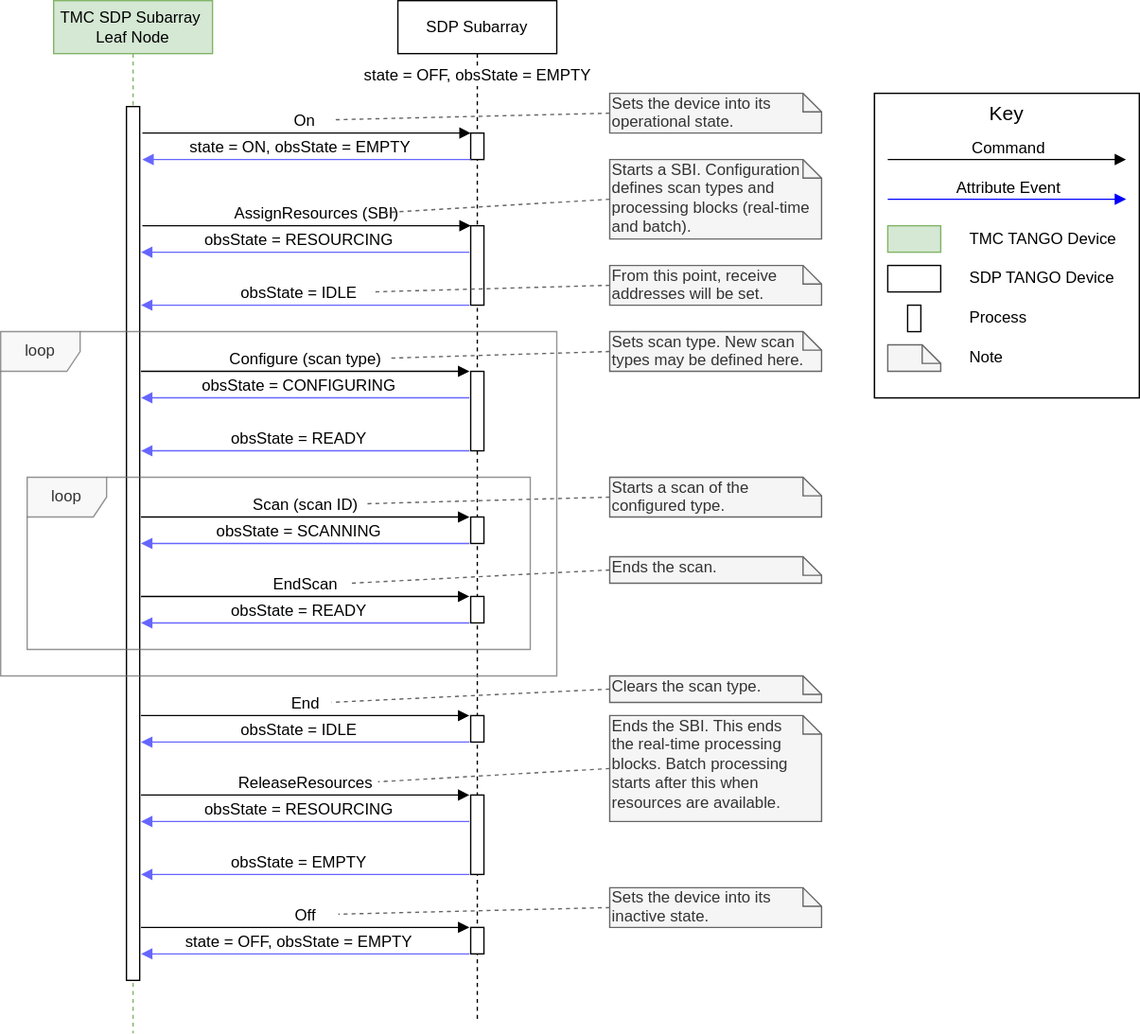
Earlier version of the draw.io export docs/src/images/sdp_subarray_interaction_tango.svg (ska-telescope/sdp-lmc). Source tidied: cells renumbered, new cells last; positions are measured from the earlier drawing's top-left corner, leaving out a move shared by most shapes.
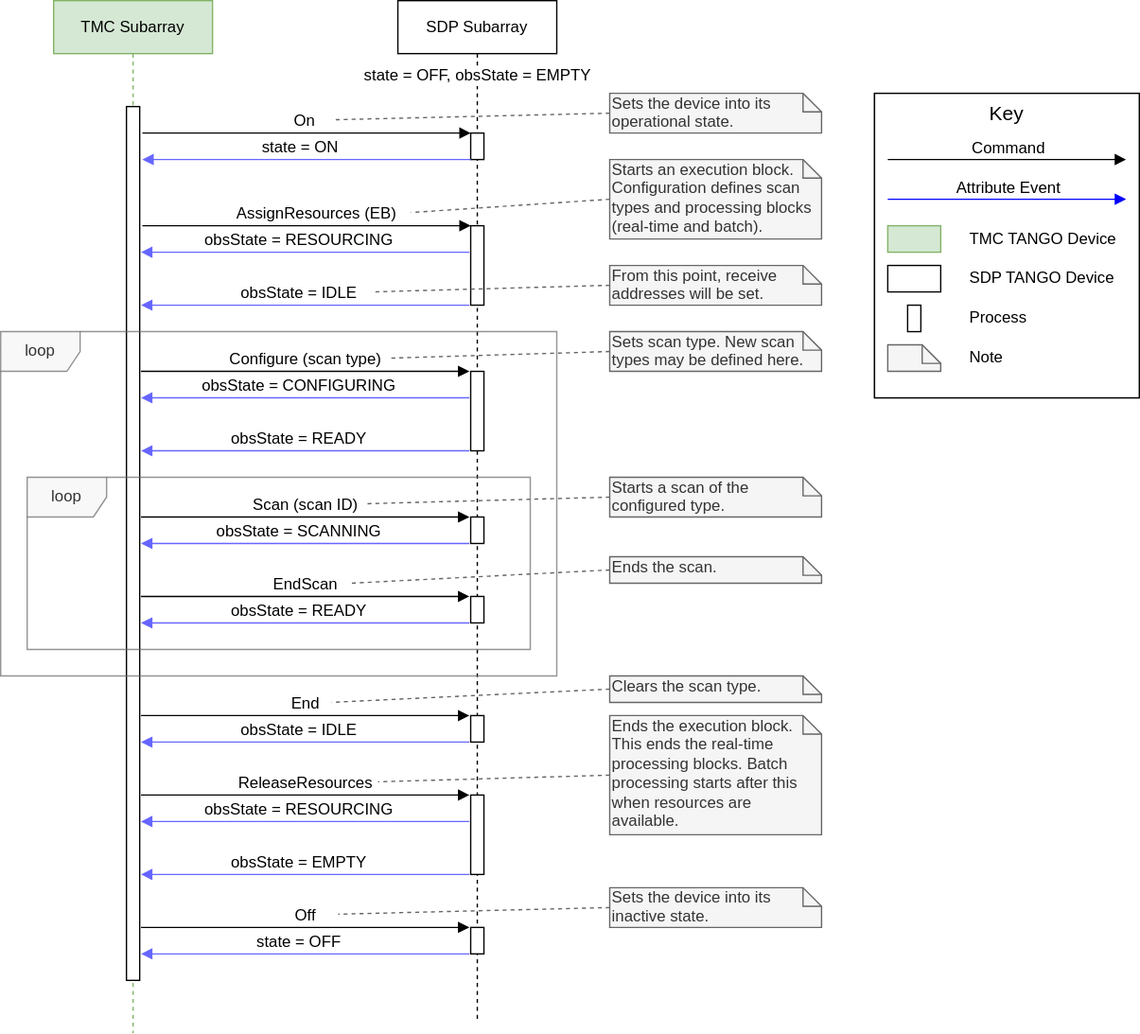
Later version of the same file.

What changed in the source:
```diff
@@ -2,7 +2,7 @@
   <root>
     <mxCell id="0" />
     <mxCell id="1" parent="0" />
-    <mxCell id="2" value="TMC SDP Subarray&amp;nbsp;&lt;br style=&quot;font-size: 12px&quot;&gt;Leaf Node" style="shape=umlLifeline;perimeter=lifelinePerimeter;whiteSpace=wrap;html=1;fillColor=#d5e8d4;fontSize=12;fontColor=#000000;strokeColor=#82b366;" parent="1" vertex="1">
+    <mxCell id="2" value="TMC Subarray" style="shape=umlLifeline;perimeter=lifelinePerimeter;whiteSpace=wrap;html=1;fillColor=#d5e8d4;fontSize=12;fontColor=#000000;strokeColor=#82b366;" parent="1" vertex="1">
       <mxGeometry x="40" width="120" height="780" as="geometry" />
     </mxCell>
     <mxCell id="3" style="html=1;perimeter=orthogonalPerimeter;fillColor=#FFFFFF;fontSize=12;fontColor=#000000;" parent="2" vertex="1">
@@ -26,19 +26,19 @@
     <mxCell id="9" style="html=1;perimeter=orthogonalPerimeter;fillColor=#FFFFFF;fontSize=12;fontColor=#000000;" parent="4" vertex="1">
       <mxGeometry x="55" y="390" width="10" height="20" as="geometry" />
     </mxCell>
-    <mxCell id="10" value="&lt;font style=&quot;font-size: 12px&quot;&gt;state = ON, obsState = EMPTY&lt;br&gt;&lt;/font&gt;" style="html=1;verticalAlign=bottom;endArrow=block;strokeColor=#6666FF;strokeWidth=1;fontSize=12;fontColor=#000000;entryX=1.1;entryY=0.089;entryDx=0;entryDy=0;entryPerimeter=0;" parent="1" edge="1">
+    <mxCell id="10" value="&lt;font style=&quot;font-size: 12px&quot;&gt;state = ON&lt;br&gt;&lt;/font&gt;" style="html=1;verticalAlign=bottom;endArrow=block;strokeColor=#6666FF;strokeWidth=1;fontSize=12;fontColor=#000000;entryX=1.1;entryY=0.089;entryDx=0;entryDy=0;entryPerimeter=0;" parent="1" edge="1">
       <mxGeometry x="0.04" relative="1" as="geometry">
         <mxPoint x="355" y="120" as="sourcePoint" />
         <mxPoint x="107" y="120" as="targetPoint" />
       </mxGeometry>
     </mxCell>
-    <mxCell id="11" value="AssignResources (SBI)&amp;nbsp;" style="html=1;verticalAlign=bottom;endArrow=block;strokeColor=#000000;strokeWidth=1;fontSize=12;fontColor=#000000;align=center;" parent="1" edge="1">
+    <mxCell id="11" value="AssignResources (EB)&amp;nbsp;" style="html=1;verticalAlign=bottom;endArrow=block;strokeColor=#000000;strokeWidth=1;fontSize=12;fontColor=#000000;align=center;" parent="1" edge="1">
       <mxGeometry x="0.07" relative="1" as="geometry">
         <mxPoint x="107" y="170" as="sourcePoint" />
         <mxPoint x="355" y="170" as="targetPoint" />
       </mxGeometry>
     </mxCell>
-    <mxCell id="12" value="&lt;div style=&quot;font-size: 12px&quot;&gt;Starts a SBI. Configuration&lt;/div&gt;&lt;div style=&quot;font-size: 12px&quot;&gt;&lt;span&gt;defines scan types and processing blocks (real-time&lt;/span&gt;&lt;/div&gt;&lt;div style=&quot;font-size: 12px&quot;&gt;&lt;span&gt;and batch).&lt;/span&gt;&lt;/div&gt;" style="shape=note;whiteSpace=wrap;html=1;size=14;verticalAlign=top;align=left;spacingTop=-6;fontSize=12;fillColor=#f5f5f5;strokeColor=#666666;fontColor=#333333;" parent="1" vertex="1">
+    <mxCell id="12" value="&lt;div style=&quot;font-size: 12px&quot;&gt;Starts an execution block. Configuration&amp;nbsp;&lt;span&gt;defines scan types and processing blocks (real-time&amp;nbsp;&lt;/span&gt;&lt;span&gt;and batch).&lt;/span&gt;&lt;/div&gt;" style="shape=note;whiteSpace=wrap;html=1;size=14;verticalAlign=top;align=left;spacingTop=-6;fontSize=12;fillColor=#f5f5f5;strokeColor=#666666;fontColor=#333333;" parent="1" vertex="1">
       <mxGeometry x="460" y="120" width="160" height="60" as="geometry" />
     </mxCell>
     <mxCell id="13" style="rounded=0;jettySize=auto;html=1;exitX=0;exitY=0.5;exitDx=0;exitDy=0;exitPerimeter=0;endArrow=none;endFill=0;dashed=1;fillColor=#f5f5f5;strokeColor=#666666;" parent="1" edge="1" source="14">
@@ -156,8 +156,8 @@
         <mxPoint x="285" y="590" as="targetPoint" />
       </mxGeometry>
     </mxCell>
-    <mxCell id="37" value="&lt;div style=&quot;font-size: 12px&quot;&gt;Ends the SBI. This ends&lt;/div&gt;&lt;div style=&quot;font-size: 12px&quot;&gt;the real-time processing blocks. Batch processing starts after this when resources are available.&lt;br style=&quot;font-size: 12px&quot;&gt;&lt;/div&gt;" style="shape=note;whiteSpace=wrap;html=1;size=14;verticalAlign=top;align=left;spacingTop=-6;fontSize=12;fillColor=#f5f5f5;strokeColor=#666666;fontColor=#333333;" parent="1" vertex="1">
-      <mxGeometry x="460" y="540" width="160" height="80" as="geometry" />
+    <mxCell id="37" value="&lt;div style=&quot;font-size: 12px&quot;&gt;Ends the execution block. This ends&amp;nbsp;&lt;span&gt;the real-time processing blocks. Batch processing starts after this when resources are available.&lt;/span&gt;&lt;/div&gt;" style="shape=note;whiteSpace=wrap;html=1;size=14;verticalAlign=top;align=left;spacingTop=-6;fontSize=12;fillColor=#f5f5f5;strokeColor=#666666;fontColor=#333333;" parent="1" vertex="1">
+      <mxGeometry x="460" y="540" width="160" height="90" as="geometry" />
     </mxCell>
     <mxCell id="38" style="group;fillColor=#f5f5f5;strokeColor=#666666;fontColor=#333333;" parent="1" vertex="1">
       <mxGeometry x="660" y="70" width="200" height="230" as="geometry" />
@@ -248,7 +248,7 @@
     </mxCell>
     <mxCell id="59" style="rounded=0;jettySize=auto;html=1;dashed=1;endArrow=none;endFill=0;fontSize=12;exitX=0;exitY=0.5;exitDx=0;exitDy=0;exitPerimeter=0;fillColor=#f5f5f5;strokeColor=#666666;" parent="1" edge="1" source="12">
       <mxGeometry relative="1" as="geometry">
-        <mxPoint x="290" y="160" as="targetPoint" />
+        <mxPoint x="310" y="160" as="targetPoint" />
       </mxGeometry>
     </mxCell>
     <mxCell id="60" value="&lt;div style=&quot;font-size: 12px&quot;&gt;Sets the device into its operational state.&lt;/div&gt;" style="shape=note;whiteSpace=wrap;html=1;size=14;verticalAlign=top;align=left;spacingTop=-6;fontSize=12;fillColor=#f5f5f5;strokeColor=#666666;fontColor=#333333;" parent="1" vertex="1">
@@ -265,7 +265,7 @@
         <mxPoint x="354" y="700" as="targetPoint" />
       </mxGeometry>
     </mxCell>
-    <mxCell id="63" value="&lt;font style=&quot;font-size: 12px&quot;&gt;state = OFF, obsState = EMPTY&lt;br&gt;&lt;/font&gt;" style="html=1;verticalAlign=bottom;endArrow=block;strokeColor=#6666FF;strokeWidth=1;fontSize=12;fontColor=#000000;" parent="1" edge="1">
+    <mxCell id="63" value="&lt;font style=&quot;font-size: 12px&quot;&gt;state = OFF&lt;br&gt;&lt;/font&gt;" style="html=1;verticalAlign=bottom;endArrow=block;strokeColor=#6666FF;strokeWidth=1;fontSize=12;fontColor=#000000;" parent="1" edge="1">
       <mxGeometry x="0.04" relative="1" as="geometry">
         <mxPoint x="354" y="720" as="sourcePoint" />
         <mxPoint x="106" y="720" as="targetPoint" />
```
